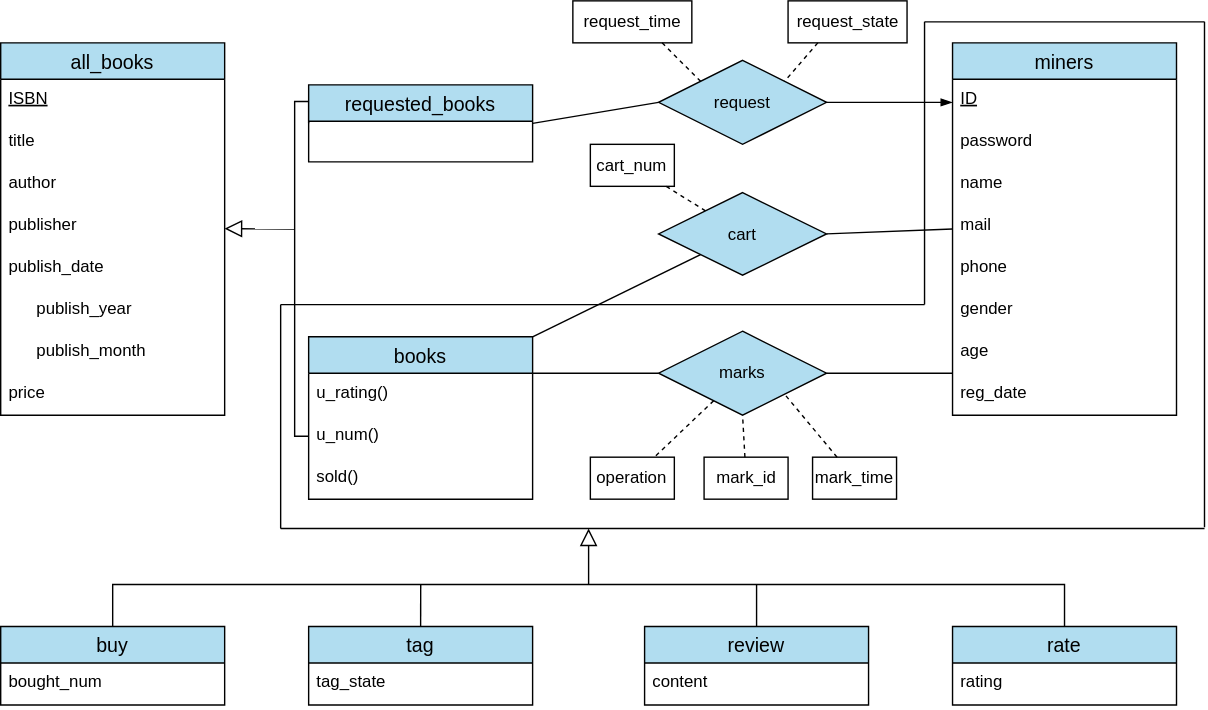
This is docs/img/ER.svg from zcysxy/Salt-Library, a draw.io export, as it was before one commit. Source tidied: cells renumbered, new cells last; positions are measured from the earlier drawing's top-left corner, leaving out a move shared by most shapes.
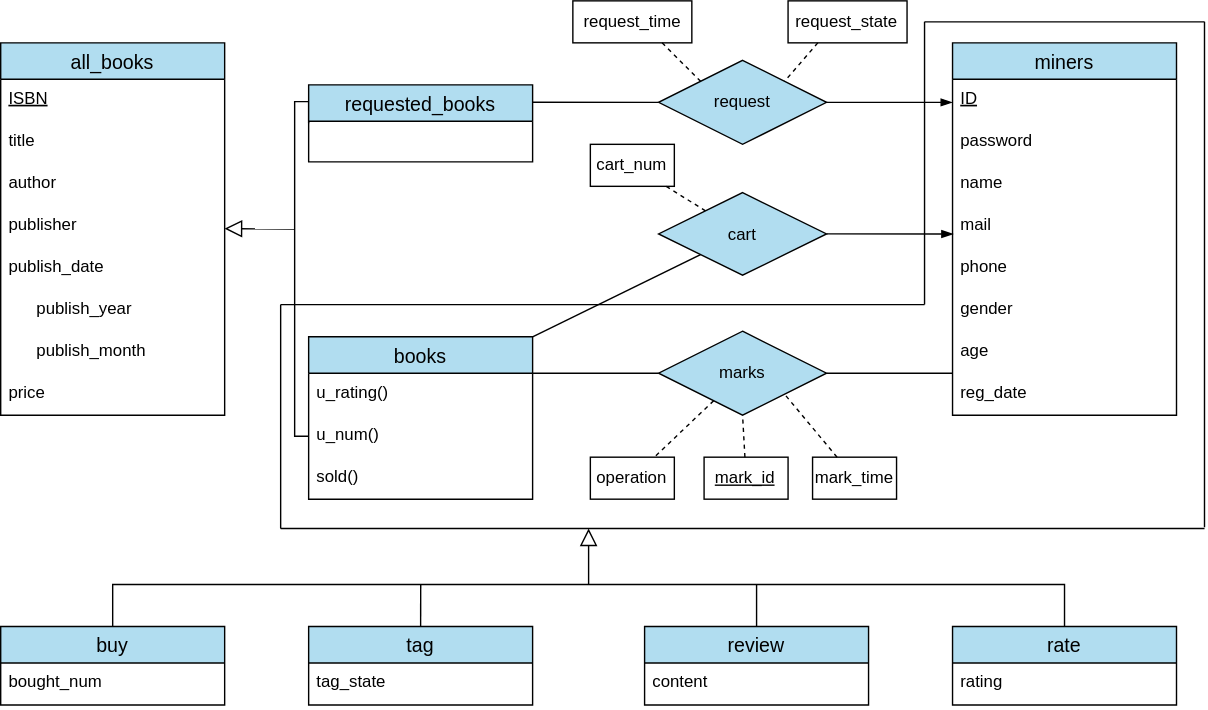
The same diagram one commit later.

Change to the diagram source:
```diff
@@ -67,7 +67,7 @@
     <mxCell id="21" style="edgeStyle=none;rounded=0;jettySize=auto;html=1;startArrow=none;startFill=0;startSize=6;endArrow=none;endFill=0;endSize=6;entryX=0;entryY=1;entryDx=0;entryDy=0;exitX=1;exitY=0;exitDx=0;exitDy=0;labelBackgroundColor=#09555B;fontColor=#000000;strokeColor=#000000;" parent="1" edge="1" source="29" target="27">
       <mxGeometry relative="1" as="geometry" />
     </mxCell>
-    <mxCell id="22" style="rounded=0;jettySize=auto;html=1;entryX=1;entryY=0.5;entryDx=0;entryDy=0;startArrow=none;startFill=0;startSize=6;endArrow=none;endFill=0;endSize=6;exitX=0;exitY=0.5;exitDx=0;exitDy=0;labelBackgroundColor=#09555B;fontColor=#000000;strokeColor=#000000;" parent="1" edge="1" source="24" target="33">
+    <mxCell id="22" style="rounded=0;jettySize=auto;html=1;entryX=1;entryY=0.227;entryDx=0;entryDy=0;startArrow=none;startFill=0;startSize=6;endArrow=none;endFill=0;endSize=6;exitX=0;exitY=0.5;exitDx=0;exitDy=0;labelBackgroundColor=#09555B;fontColor=#000000;strokeColor=#000000;entryPerimeter=0;" parent="1" edge="1" source="24" target="33">
       <mxGeometry relative="1" as="geometry" />
     </mxCell>
     <mxCell id="23" style="edgeStyle=none;rounded=0;jettySize=auto;html=1;exitX=1;exitY=0.5;exitDx=0;exitDy=0;endArrow=blockThin;endFill=1;strokeColor=#000000;entryX=0;entryY=0.551;entryDx=0;entryDy=0;entryPerimeter=0;" parent="1" edge="1" source="24" target="12">
@@ -76,12 +76,12 @@
     <mxCell id="24" value="request" style="shape=rhombus;perimeter=rhombusPerimeter;whiteSpace=wrap;html=1;align=center;fillColor=#B1DDF0;fontColor=#000000;strokeColor=#000000;" parent="1" vertex="1">
       <mxGeometry x="470" y="42.5" width="120" height="60" as="geometry" />
     </mxCell>
+    <mxCell id="26" style="edgeStyle=none;rounded=0;jettySize=auto;html=1;startArrow=none;startFill=0;startSize=6;endArrow=none;endFill=0;endSize=6;labelBackgroundColor=#09555B;fontColor=#000000;dashed=1;strokeColor=#000000;" parent="1" edge="1" source="27" target="28">
+      <mxGeometry relative="1" as="geometry" />
+    </mxCell>
-    <mxCell id="25" style="edgeStyle=none;rounded=0;jettySize=auto;html=1;startArrow=none;startFill=0;startSize=6;endArrow=none;endFill=0;endSize=6;exitX=1;exitY=0.5;exitDx=0;exitDy=0;labelBackgroundColor=#09555B;fontColor=#000000;strokeColor=#000000;entryX=0;entryY=0.567;entryDx=0;entryDy=0;entryPerimeter=0;" parent="1" edge="1" source="27" target="15">
+    <mxCell id="25" style="edgeStyle=none;rounded=0;jettySize=auto;html=1;exitX=1;exitY=0.5;exitDx=0;exitDy=0;entryX=0.003;entryY=0.685;entryDx=0;entryDy=0;entryPerimeter=0;strokeColor=#000000;endArrow=blockThin;endFill=1;" parent="1" edge="1" source="27" target="15">
       <mxGeometry relative="1" as="geometry" />
     </mxCell>
-    <mxCell id="26" style="edgeStyle=none;rounded=0;jettySize=auto;html=1;startArrow=none;startFill=0;startSize=6;endArrow=none;endFill=0;endSize=6;labelBackgroundColor=#09555B;fontColor=#000000;dashed=1;strokeColor=#000000;" parent="1" edge="1" source="27" target="28">
-      <mxGeometry relative="1" as="geometry" />
-    </mxCell>
     <mxCell id="27" value="cart" style="shape=rhombus;perimeter=rhombusPerimeter;whiteSpace=wrap;html=1;align=center;fillColor=#B1DDF0;fontColor=#000000;strokeColor=#000000;" parent="1" vertex="1">
       <mxGeometry x="470" y="137" width="120" height="59" as="geometry" />
     </mxCell>
@@ -133,7 +133,7 @@
     <mxCell id="43" style="edgeStyle=none;rounded=0;jettySize=auto;html=1;entryX=0.5;entryY=1;entryDx=0;entryDy=0;startArrow=none;startFill=0;startSize=6;endArrow=none;endFill=0;endSize=6;labelBackgroundColor=#09555B;fontColor=#000000;dashed=1;strokeColor=#000000;" parent="1" edge="1" source="44" target="41">
       <mxGeometry relative="1" as="geometry" />
     </mxCell>
-    <mxCell id="44" value="mark_id" style="whiteSpace=wrap;html=1;align=center;fontColor=#000000;fillColor=none;strokeColor=#000000;" parent="1" vertex="1">
+    <mxCell id="44" value="&lt;u&gt;mark_id&lt;/u&gt;" style="whiteSpace=wrap;html=1;align=center;fontColor=#000000;fillColor=none;strokeColor=#000000;" parent="1" vertex="1">
       <mxGeometry x="502.5" y="326" width="60" height="30" as="geometry" />
     </mxCell>
     <mxCell id="45" style="edgeStyle=none;rounded=0;jettySize=auto;html=1;entryX=1;entryY=1;entryDx=0;entryDy=0;startArrow=none;startFill=0;startSize=6;endArrow=none;endFill=0;endSize=6;labelBackgroundColor=#09555B;fontColor=#000000;dashed=1;strokeColor=#000000;" parent="1" edge="1" source="46" target="41">
```
